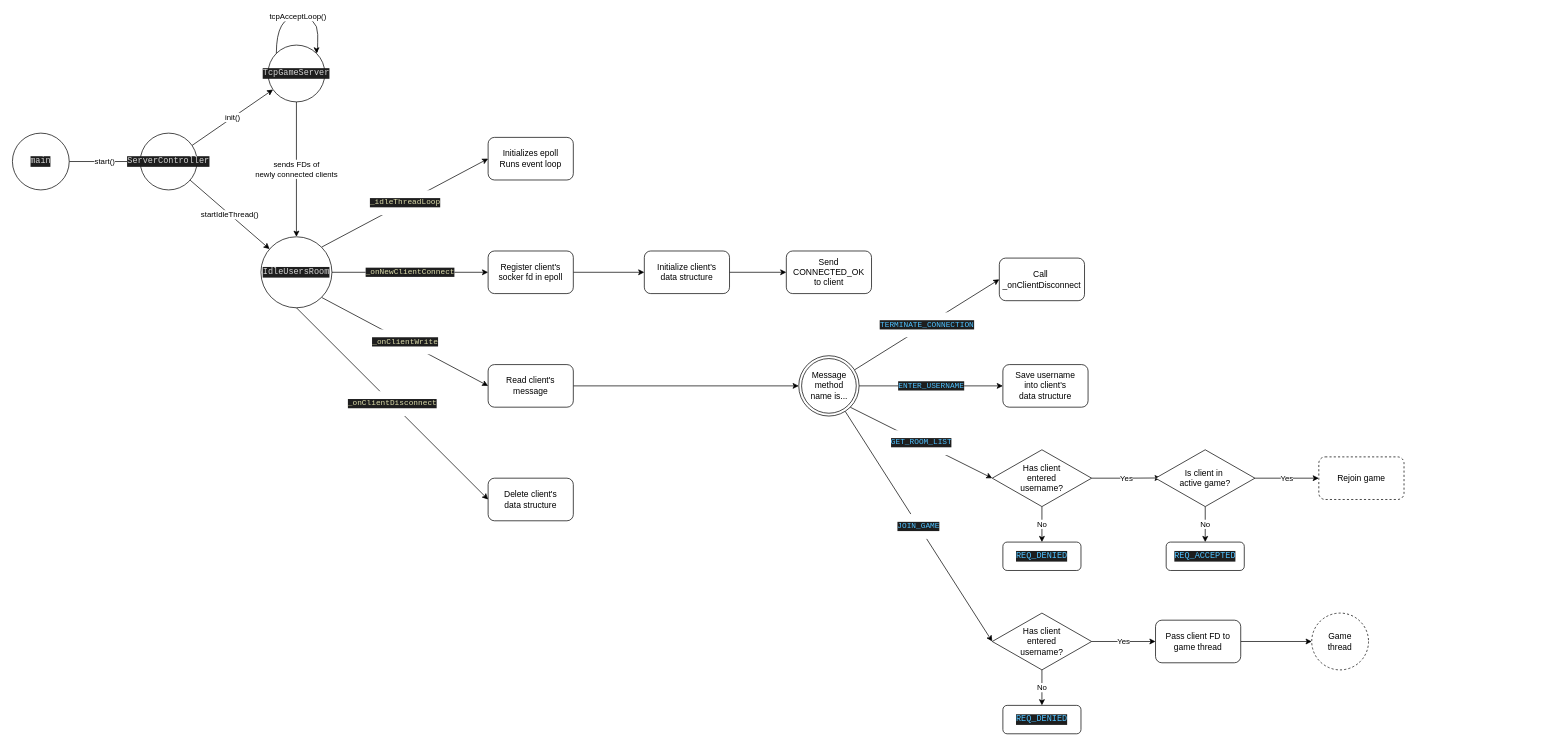
Earlier version of the draw.io diagram doc/server_FSM_graph_v1.1.drawio (jonas-s-s-s/UpsServer). Source tidied: cells renumbered, new cells numbered last; positions are measured from the earlier drawing's top-left corner, leaving out a move shared by most shapes. Both pictures are drawn from the tidied source at 71%, with x=0, y=0 at pixel (12, 16).
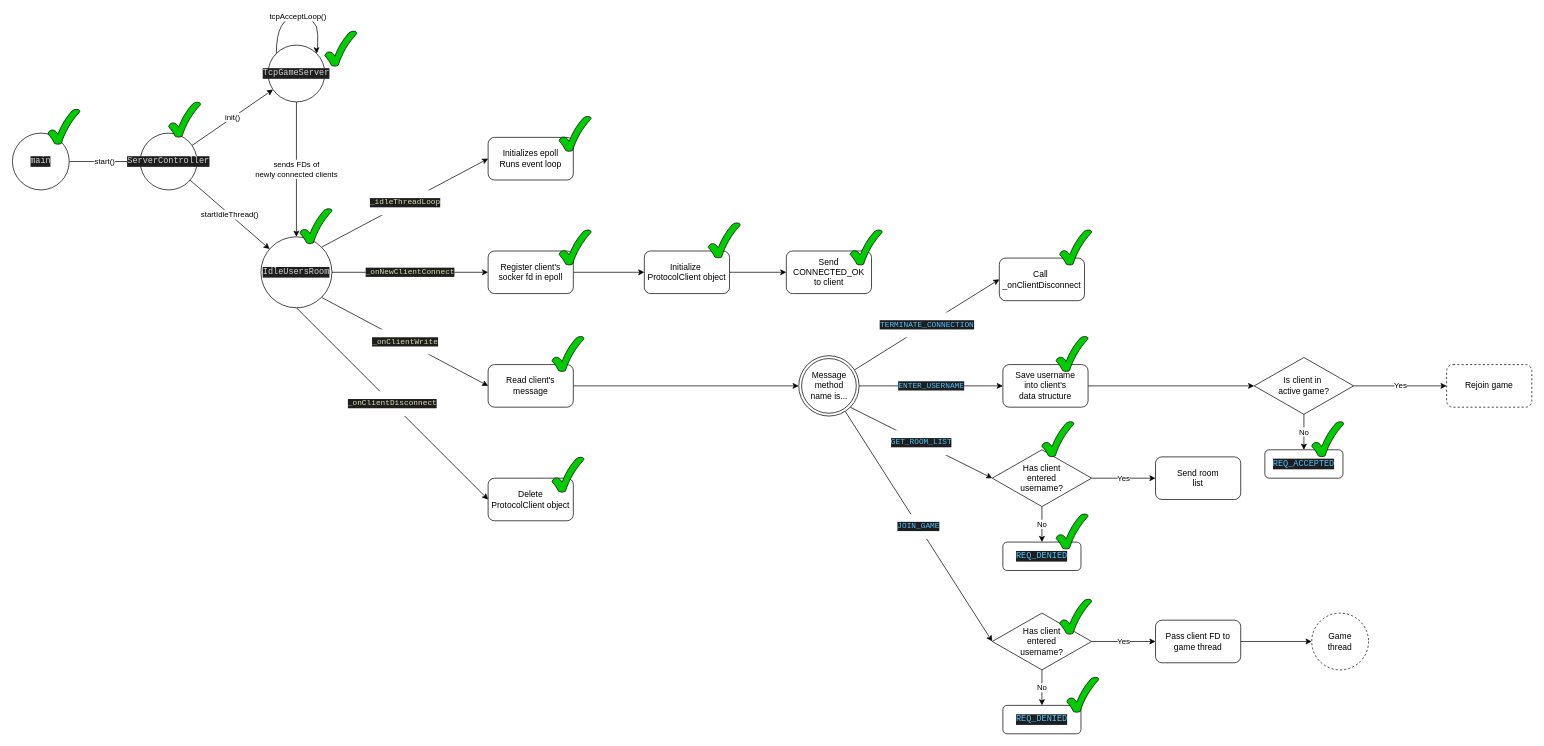
The same page after the edit.

Commit message (it also covers changes not shown here):
Idle users room base done. Server accepts simple requests.

Unchanged cells that the change refers to:
```xml
<mxCell id="29" value="Save username&lt;br&gt;into client's&lt;br&gt;data structure" style="rounded=1;whiteSpace=wrap;html=1;" parent="1" vertex="1">
  <mxGeometry x="1395" y="490" width="120" height="60" as="geometry" />
</mxCell>
<mxCell id="33" value="Has client&lt;br&gt;entered&lt;br&gt;username?" style="rhombus;whiteSpace=wrap;html=1;" parent="1" vertex="1">
  <mxGeometry x="1380" y="610" width="140" height="80" as="geometry" />
</mxCell>
```

Change to the diagram source:
```diff
@@
-    <mxCell id="16" value="Initialize client's&lt;br&gt;data structure" style="rounded=1;whiteSpace=wrap;html=1;" parent="1" vertex="1">
+    <mxCell id="16" value="Initialize&amp;nbsp;&lt;br&gt;ProtocolClient object" style="rounded=1;whiteSpace=wrap;html=1;" parent="1" vertex="1">
       <mxGeometry x="890" y="330" width="120" height="60" as="geometry" />
     </mxCell>
@@
-    <mxCell id="27" value="Delete client's&lt;br&gt;data structure" style="rounded=1;whiteSpace=wrap;html=1;" parent="1" vertex="1">
+    <mxCell id="27" value="Delete&lt;br&gt;ProtocolClient object" style="rounded=1;whiteSpace=wrap;html=1;" parent="1" vertex="1">
       <mxGeometry x="670" y="650" width="120" height="60" as="geometry" />
     </mxCell>
@@
+    <mxCell id="47" style="edgeStyle=orthogonalEdgeStyle;rounded=0;jettySize=auto;html=1;entryX=0;entryY=0.5;entryDx=0;entryDy=0;" parent="1" edge="1" source="29" target="45">
+      <mxGeometry relative="1" as="geometry" />
+    </mxCell>
@@
-    <mxCell id="32" value="Yes" style="edgeStyle=orthogonalEdgeStyle;rounded=0;jettySize=auto;html=1;entryX=0.052;entryY=0.496;entryDx=0;entryDy=0;entryPerimeter=0;" parent="1" edge="1" source="33" target="45">
+    <mxCell id="32" value="Yes" style="edgeStyle=orthogonalEdgeStyle;rounded=0;jettySize=auto;html=1;entryX=0;entryY=0.5;entryDx=0;entryDy=0;" parent="1" edge="1" source="33" target="60">
       <mxGeometry relative="1" as="geometry" />
     </mxCell>
@@
     <mxCell id="42" value="&lt;div style=&quot;background-color:#1e1e1e;color:#d4d4d4&quot;&gt;&lt;pre style=&quot;font-family:'JetBrains Mono',monospace;font-size:9,8pt;&quot;&gt;&lt;span style=&quot;color:#4fc1ff;&quot;&gt;REQ_ACCEPTED&lt;/span&gt;&lt;/pre&gt;&lt;/div&gt;" style="rounded=1;whiteSpace=wrap;html=1;" parent="1" vertex="1">
-      <mxGeometry x="1625" y="740" width="110" height="40" as="geometry" />
+      <mxGeometry x="1764" y="610" width="110" height="40" as="geometry" />
     </mxCell>
-    <mxCell id="43" value="No" style="edgeStyle=orthogonalEdgeStyle;rounded=0;jettySize=auto;html=1;entryX=0.5;entryY=0;entryDx=0;entryDy=0;" parent="1" edge="1" source="45" target="42">
+    <mxCell id="43" value="No" style="edgeStyle=orthogonalEdgeStyle;rounded=0;jettySize=auto;html=1;" parent="1" edge="1" source="45" target="42">
       <mxGeometry relative="1" as="geometry" />
     </mxCell>
@@
     <mxCell id="45" value="Is client in&amp;nbsp;&lt;br&gt;active game?" style="rhombus;whiteSpace=wrap;html=1;" parent="1" vertex="1">
-      <mxGeometry x="1610" y="610" width="140" height="80" as="geometry" />
+      <mxGeometry x="1749" y="480" width="140" height="80" as="geometry" />
     </mxCell>
     <mxCell id="46" value="Rejoin game" style="rounded=1;whiteSpace=wrap;html=1;dashed=1;" parent="1" vertex="1">
-      <mxGeometry x="1840" y="620" width="120" height="60" as="geometry" />
+      <mxGeometry x="2020" y="490" width="120" height="60" as="geometry" />
     </mxCell>
+    <mxCell id="48" style="verticalLabelPosition=bottom;verticalAlign=top;html=1;shape=mxgraph.basic.tick;fillColor=#00CC00;" parent="1" vertex="1">
+      <mxGeometry x="50" y="130" width="45" height="50" as="geometry" />
+    </mxCell>
+    <mxCell id="49" style="verticalLabelPosition=bottom;verticalAlign=top;html=1;shape=mxgraph.basic.tick;fillColor=#00CC00;" parent="1" vertex="1">
+      <mxGeometry x="220" y="120" width="45" height="50" as="geometry" />
+    </mxCell>
+    <mxCell id="50" style="verticalLabelPosition=bottom;verticalAlign=top;html=1;shape=mxgraph.basic.tick;fillColor=#00CC00;" parent="1" vertex="1">
+      <mxGeometry x="440" y="20" width="45" height="50" as="geometry" />
+    </mxCell>
+    <mxCell id="51" style="verticalLabelPosition=bottom;verticalAlign=top;html=1;shape=mxgraph.basic.tick;fillColor=#00CC00;" parent="1" vertex="1">
+      <mxGeometry x="405" y="270" width="45" height="50" as="geometry" />
+    </mxCell>
+    <mxCell id="52" style="verticalLabelPosition=bottom;verticalAlign=top;html=1;shape=mxgraph.basic.tick;fillColor=#00CC00;" parent="1" vertex="1">
+      <mxGeometry x="770" y="140" width="45" height="50" as="geometry" />
+    </mxCell>
+    <mxCell id="53" style="verticalLabelPosition=bottom;verticalAlign=top;html=1;shape=mxgraph.basic.tick;fillColor=#00CC00;" parent="1" vertex="1">
+      <mxGeometry x="770" y="300" width="45" height="50" as="geometry" />
+    </mxCell>
+    <mxCell id="54" style="verticalLabelPosition=bottom;verticalAlign=top;html=1;shape=mxgraph.basic.tick;fillColor=#00CC00;" parent="1" vertex="1">
+      <mxGeometry x="980" y="290" width="45" height="50" as="geometry" />
+    </mxCell>
+    <mxCell id="55" style="verticalLabelPosition=bottom;verticalAlign=top;html=1;shape=mxgraph.basic.tick;fillColor=#00CC00;" parent="1" vertex="1">
+      <mxGeometry x="1180" y="300" width="45" height="50" as="geometry" />
+    </mxCell>
+    <mxCell id="56" style="verticalLabelPosition=bottom;verticalAlign=top;html=1;shape=mxgraph.basic.tick;fillColor=#00CC00;" parent="1" vertex="1">
+      <mxGeometry x="760" y="620" width="45" height="50" as="geometry" />
+    </mxCell>
+    <mxCell id="57" style="verticalLabelPosition=bottom;verticalAlign=top;html=1;shape=mxgraph.basic.tick;fillColor=#00CC00;" parent="1" vertex="1">
+      <mxGeometry x="760" y="450" width="45" height="50" as="geometry" />
+    </mxCell>
+    <mxCell id="58" style="verticalLabelPosition=bottom;verticalAlign=top;html=1;shape=mxgraph.basic.tick;fillColor=#00CC00;" parent="1" vertex="1">
+      <mxGeometry x="1475" y="300" width="45" height="50" as="geometry" />
+    </mxCell>
+    <mxCell id="59" style="verticalLabelPosition=bottom;verticalAlign=top;html=1;shape=mxgraph.basic.tick;fillColor=#00CC00;" parent="1" vertex="1">
+      <mxGeometry x="1470" y="450" width="45" height="50" as="geometry" />
+    </mxCell>
+    <mxCell id="60" value="Send room&lt;br&gt;list" style="rounded=1;whiteSpace=wrap;html=1;" parent="1" vertex="1">
+      <mxGeometry x="1610" y="620" width="120" height="60" as="geometry" />
+    </mxCell>
+    <mxCell id="61" style="verticalLabelPosition=bottom;verticalAlign=top;html=1;shape=mxgraph.basic.tick;fillColor=#00CC00;" parent="1" vertex="1">
+      <mxGeometry x="1830" y="570" width="45" height="50" as="geometry" />
+    </mxCell>
+    <mxCell id="62" style="verticalLabelPosition=bottom;verticalAlign=top;html=1;shape=mxgraph.basic.tick;fillColor=#00CC00;" parent="1" vertex="1">
+      <mxGeometry x="1450" y="570" width="45" height="50" as="geometry" />
+    </mxCell>
+    <mxCell id="63" style="verticalLabelPosition=bottom;verticalAlign=top;html=1;shape=mxgraph.basic.tick;fillColor=#00CC00;" parent="1" vertex="1">
+      <mxGeometry x="1470" y="700" width="45" height="50" as="geometry" />
+    </mxCell>
+    <mxCell id="64" style="verticalLabelPosition=bottom;verticalAlign=top;html=1;shape=mxgraph.basic.tick;fillColor=#00CC00;" parent="1" vertex="1">
+      <mxGeometry x="1475" y="820" width="45" height="50" as="geometry" />
+    </mxCell>
+    <mxCell id="65" style="verticalLabelPosition=bottom;verticalAlign=top;html=1;shape=mxgraph.basic.tick;fillColor=#00CC00;" parent="1" vertex="1">
+      <mxGeometry x="1485" y="930" width="45" height="50" as="geometry" />
+    </mxCell>
```
